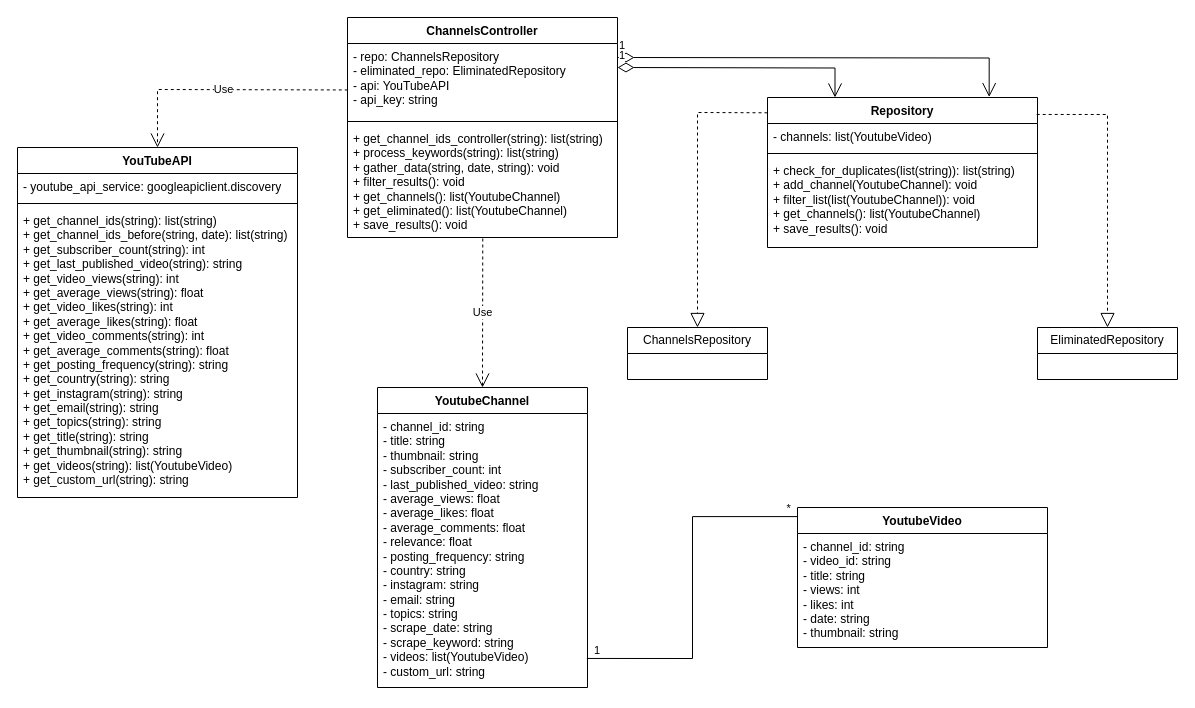
916-Silasi-Marius/Youtube-Scraping keeps this draw.io diagram as Data/Class Diagram.drawio. Above is the earlier version. Source tidied: cells renumbered, new cells numbered last; positions are measured from the earlier drawing's top-left corner, leaving out a move shared by most shapes. Both pictures are drawn from the tidied source at 100%, with x=0, y=0 at pixel (17, 17).
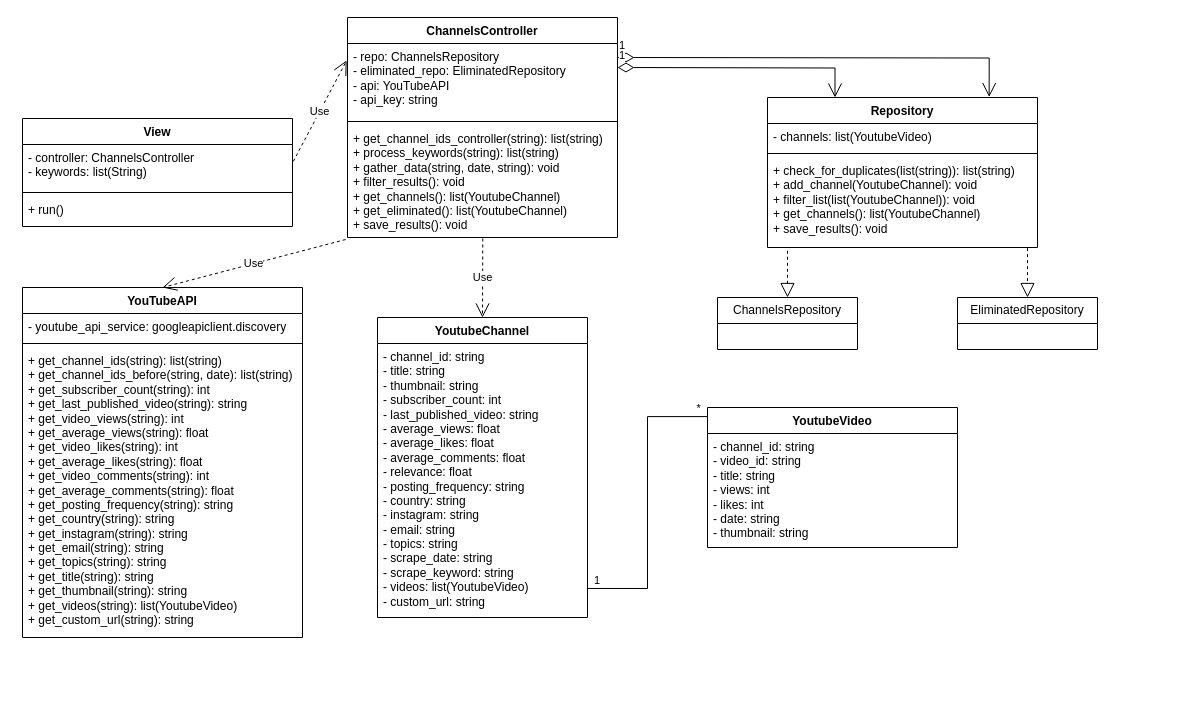
Above is the later version.

Unchanged cells that the change refers to:
```xml
<mxCell id="15" value="- repo: ChannelsRepository&lt;br&gt;- eliminated_repo: EliminatedRepository&lt;br&gt;- api: YouTubeAPI&lt;br&gt;- api_key: string" style="text;strokeColor=none;fillColor=none;align=left;verticalAlign=top;spacingLeft=4;spacingRight=4;overflow=hidden;points=[[0,0.5],[1,0.5]];portConstraint=eastwest;whiteSpace=wrap;html=1;" parent="14" vertex="1">
  <mxGeometry y="26" width="270" height="74" as="geometry" />
</mxCell>
<mxCell id="17" value="+&amp;nbsp;get_channel_ids_controller(string): list(string)&lt;br&gt;+&amp;nbsp;process_keywords(string): list(string)&lt;br&gt;+&amp;nbsp;gather_data(string, date, string): void&lt;br&gt;+ filter_results(): void&lt;br&gt;+&amp;nbsp;get_channels(): list(YoutubeChannel)&lt;br&gt;+ get_eliminated(): list(YoutubeChannel)&lt;br&gt;+&amp;nbsp;save_results(): void" style="text;strokeColor=none;fillColor=none;align=left;verticalAlign=top;spacingLeft=4;spacingRight=4;overflow=hidden;points=[[0,0.5],[1,0.5]];portConstraint=eastwest;whiteSpace=wrap;html=1;" parent="14" vertex="1">
  <mxGeometry y="108" width="270" height="112" as="geometry" />
</mxCell>
<mxCell id="18" value="Repository&lt;br&gt;" style="swimlane;fontStyle=1;align=center;verticalAlign=top;horizontal=1;startSize=26;whiteSpace=wrap;html=1;" parent="1" vertex="1">
  <mxGeometry x="750" y="80" width="270" height="150" as="geometry" />
</mxCell>
<mxCell id="21" value="+ check_for_duplicates(list(string)): list(string)&lt;br&gt;+&amp;nbsp;add_channel(YoutubeChannel): void&lt;br&gt;+ filter_list(list(YoutubeChannel)): void&lt;br&gt;+&amp;nbsp;get_channels(): list(YoutubeChannel)&lt;br&gt;+ save_results(): void" style="text;strokeColor=none;fillColor=none;align=left;verticalAlign=top;spacingLeft=4;spacingRight=4;overflow=hidden;points=[[0,0.5],[1,0.5]];portConstraint=eastwest;whiteSpace=wrap;html=1;" parent="18" vertex="1">
  <mxGeometry y="60" width="270" height="90" as="geometry" />
</mxCell>
```

Diff of the diagram source:
```diff
@@
     <mxCell id="2" value="YoutubeChannel" style="swimlane;fontStyle=1;align=center;verticalAlign=top;horizontal=1;startSize=26;whiteSpace=wrap;html=1;" parent="1" vertex="1">
-      <mxGeometry x="360" y="370" width="210" height="300" as="geometry" />
+      <mxGeometry x="360" y="300" width="210" height="300" as="geometry" />
     </mxCell>
@@
     <mxCell id="4" value="YoutubeVideo&lt;br&gt;" style="swimlane;fontStyle=1;align=center;verticalAlign=top;horizontal=1;startSize=26;whiteSpace=wrap;html=1;" parent="1" vertex="1">
-      <mxGeometry x="780" y="490" width="250" height="140" as="geometry" />
+      <mxGeometry x="690" y="390" width="250" height="140" as="geometry" />
     </mxCell>
@@
     <mxCell id="10" value="YouTubeAPI" style="swimlane;fontStyle=1;align=center;verticalAlign=top;horizontal=1;startSize=26;whiteSpace=wrap;html=1;" parent="1" vertex="1">
-      <mxGeometry y="130" width="280" height="350" as="geometry" />
+      <mxGeometry x="5" y="270" width="280" height="350" as="geometry" />
     </mxCell>
@@
     <mxCell id="22" value="ChannelsRepository" style="swimlane;fontStyle=0;horizontal=1;startSize=26;fillColor=none;whiteSpace=wrap;html=1;" parent="1" vertex="1">
-      <mxGeometry x="610" y="310" width="140" height="52" as="geometry" />
+      <mxGeometry x="700" y="280" width="140" height="52" as="geometry" />
     </mxCell>
     <mxCell id="23" value="EliminatedRepository" style="swimlane;fontStyle=0;horizontal=1;startSize=26;fillColor=none;whiteSpace=wrap;html=1;" parent="1" vertex="1">
-      <mxGeometry x="1020" y="310" width="140" height="52" as="geometry" />
+      <mxGeometry x="940" y="280" width="140" height="52" as="geometry" />
     </mxCell>
-    <mxCell id="24" style="endArrow=block;dashed=1;endFill=0;endSize=12;html=1;rounded=0;entryX=0.5;entryY=0;entryDx=0;entryDy=0;exitX=0.997;exitY=0.113;exitDx=0;exitDy=0;exitPerimeter=0;" parent="1" edge="1" source="18" target="23">
-      <mxGeometry relative="1" as="geometry">
-        <Array as="points">
-          <mxPoint x="1090" y="97" />
-        </Array>
-      </mxGeometry>
+    <mxCell id="24" style="endArrow=block;dashed=1;endFill=0;endSize=12;html=1;rounded=0;entryX=0.5;entryY=0;entryDx=0;entryDy=0;exitX=0.963;exitY=1.007;exitDx=0;exitDy=0;exitPerimeter=0;" parent="1" edge="1" source="21" target="23">
+      <mxGeometry relative="1" as="geometry" />
     </mxCell>
-    <mxCell id="25" style="endArrow=block;dashed=1;endFill=0;endSize=12;html=1;rounded=0;entryX=0.5;entryY=0;entryDx=0;entryDy=0;exitX=0;exitY=0.102;exitDx=0;exitDy=0;exitPerimeter=0;" parent="1" edge="1" source="18" target="22">
-      <mxGeometry relative="1" as="geometry">
-        <Array as="points">
-          <mxPoint x="680" y="95" />
-        </Array>
-      </mxGeometry>
+    <mxCell id="25" style="endArrow=block;dashed=1;endFill=0;endSize=12;html=1;rounded=0;entryX=0.5;entryY=0;entryDx=0;entryDy=0;exitX=0.074;exitY=1.036;exitDx=0;exitDy=0;exitPerimeter=0;" parent="1" edge="1" source="21" target="22">
+      <mxGeometry relative="1" as="geometry" />
     </mxCell>
@@
-    <mxCell id="28" value="Use" style="endArrow=open;endSize=12;dashed=1;html=1;rounded=0;exitX=0.001;exitY=0.628;exitDx=0;exitDy=0;exitPerimeter=0;entryX=0.5;entryY=0;entryDx=0;entryDy=0;" parent="1" edge="1" source="15" target="10">
-      <mxGeometry relative="1" as="geometry">
-        <Array as="points">
-          <mxPoint x="140" y="72" />
-        </Array>
-      </mxGeometry>
+    <mxCell id="28" value="Use" style="endArrow=open;endSize=12;dashed=1;html=1;rounded=0;exitX=-0.007;exitY=1.018;exitDx=0;exitDy=0;exitPerimeter=0;entryX=0.5;entryY=0;entryDx=0;entryDy=0;" parent="1" edge="1" source="17" target="10">
+      <mxGeometry relative="1" as="geometry" />
     </mxCell>
@@
+    <mxCell id="30" value="View" style="swimlane;fontStyle=1;align=center;verticalAlign=top;horizontal=1;startSize=26;whiteSpace=wrap;html=1;" parent="1" vertex="1">
+      <mxGeometry x="5" y="101" width="270" height="108" as="geometry" />
+    </mxCell>
+    <mxCell id="31" value="- controller: ChannelsController&lt;br&gt;- keywords: list(String)" style="text;strokeColor=none;fillColor=none;align=left;verticalAlign=top;spacingLeft=4;spacingRight=4;overflow=hidden;points=[[0,0.5],[1,0.5]];portConstraint=eastwest;whiteSpace=wrap;html=1;" parent="30" vertex="1">
+      <mxGeometry y="26" width="270" height="44" as="geometry" />
+    </mxCell>
+    <mxCell id="32" style="line;strokeWidth=1;fillColor=none;align=left;verticalAlign=middle;spacingTop=-1;spacingLeft=3;spacingRight=3;labelPosition=right;strokeColor=inherit;" parent="30" vertex="1">
+      <mxGeometry y="70" width="270" height="8" as="geometry" />
+    </mxCell>
+    <mxCell id="33" value="+ run()" style="text;strokeColor=none;fillColor=none;align=left;verticalAlign=top;spacingLeft=4;spacingRight=4;overflow=hidden;whiteSpace=wrap;html=1;" parent="30" vertex="1">
+      <mxGeometry y="78" width="270" height="30" as="geometry" />
+    </mxCell>
+    <mxCell id="34" value="Use" style="endArrow=open;endSize=12;dashed=1;html=1;rounded=0;exitX=1.003;exitY=0.384;exitDx=0;exitDy=0;entryX=-0.003;entryY=0.229;entryDx=0;entryDy=0;entryPerimeter=0;exitPerimeter=0;" parent="1" edge="1" source="31" target="15">
+      <mxGeometry relative="1" as="geometry" />
+    </mxCell>
```
